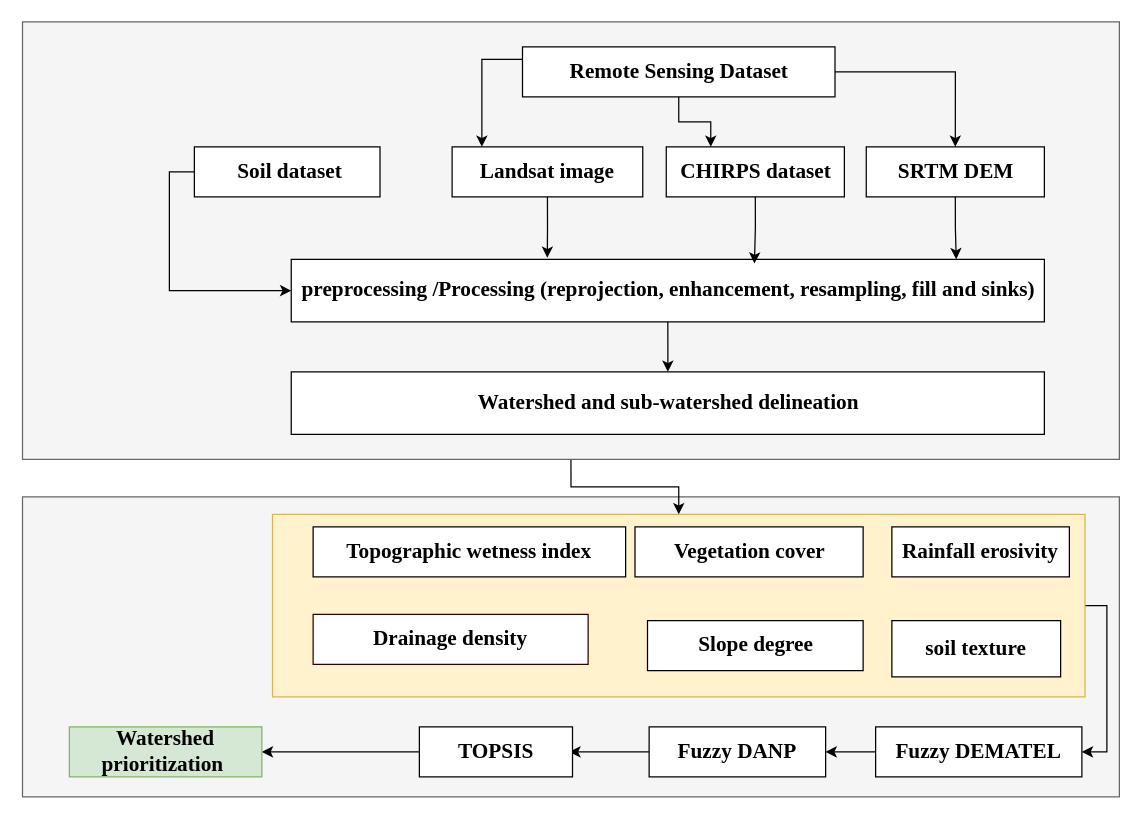
Above: flowMCDMFinal.drawio in yemioke/PRISMA2020 (draw.io), before the change. Source tidied: cells renumbered, new cells numbered last; positions are measured from the earlier drawing's top-left corner, leaving out a move shared by most shapes. Both pictures are drawn from the tidied source at 125%, with x=0, y=0 at pixel (21, 21).
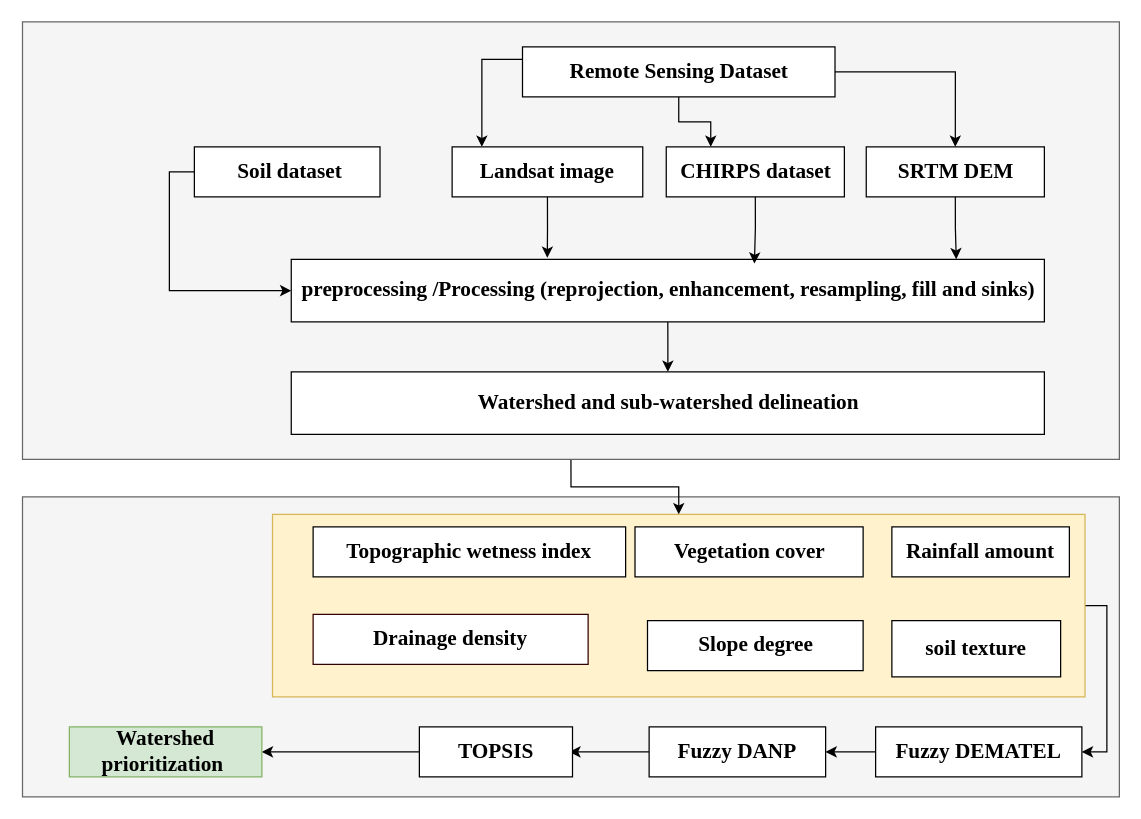
The same diagram, later.

What changed in the source:
```diff
@@
-    <mxCell id="10" value="&lt;font face=&quot;Times New Roman&quot;&gt;&lt;span style=&quot;font-size: 17px;&quot;&gt;&lt;b&gt;Rainfall erosivity&lt;/b&gt;&lt;/span&gt;&lt;/font&gt;" style="rounded=0;whiteSpace=wrap;html=1;" parent="1" vertex="1">
+    <mxCell id="10" value="&lt;font face=&quot;Times New Roman&quot;&gt;&lt;span style=&quot;font-size: 17px;&quot;&gt;&lt;b&gt;Rainfall amount&lt;/b&gt;&lt;/span&gt;&lt;/font&gt;" style="rounded=0;whiteSpace=wrap;html=1;" parent="1" vertex="1">
       <mxGeometry x="696" y="404" width="142" height="40" as="geometry" />
     </mxCell>
```
